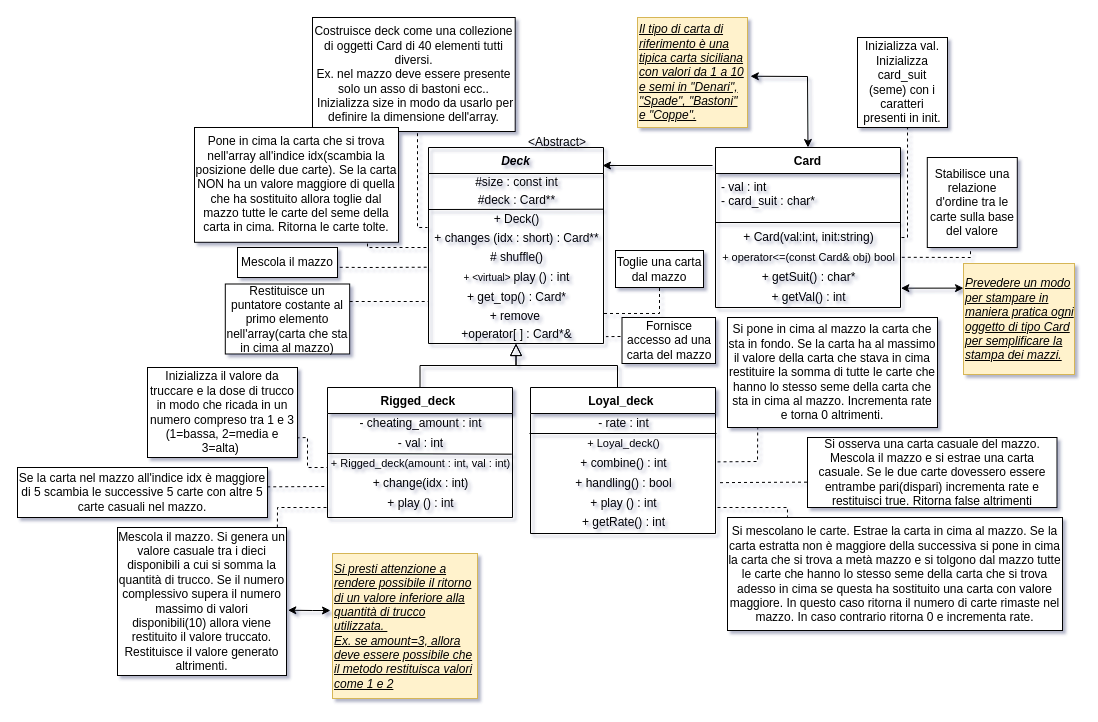
Above: Lab.-ProgI-AA-2022/Deck/DiagrammaDeck.drawio in nameisalfio/ProgI (draw.io), before the change. Source tidied: cells renumbered, new cells numbered last; positions are measured from the earlier drawing's top-left corner, leaving out a move shared by most shapes. Both pictures are drawn from the tidied source at 100%, with x=0, y=0 at pixel (17, 17).
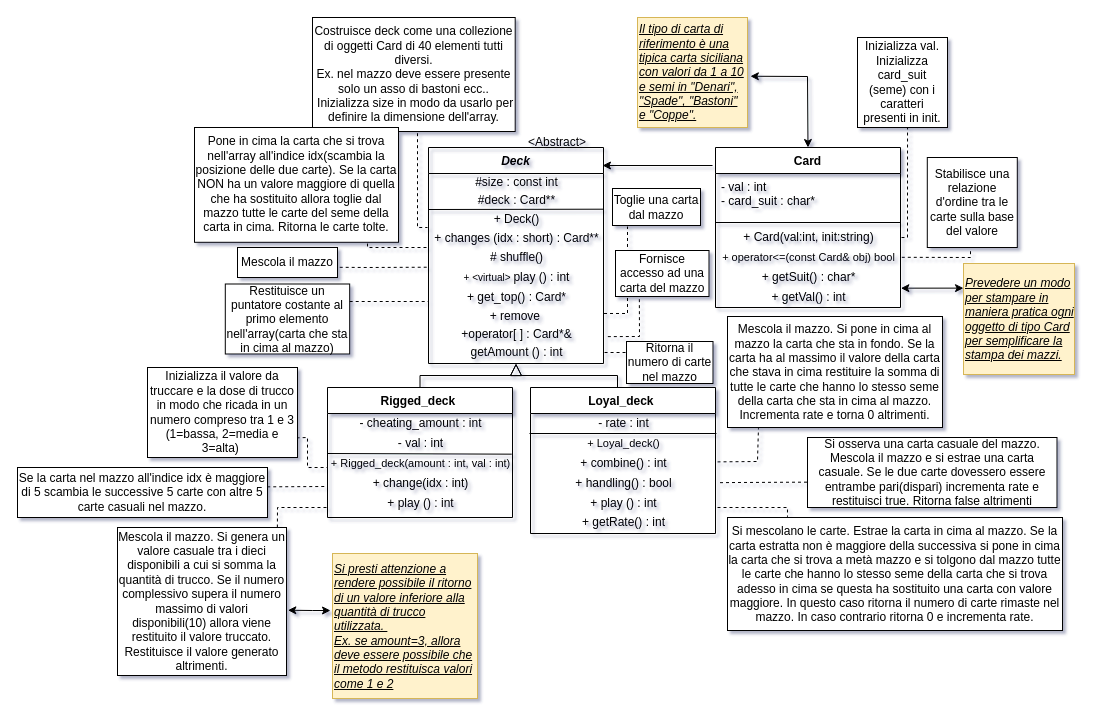
The same diagram, later.

The change refers to these unchanged cells:
```xml
<mxCell id="11" value="+ remove&amp;nbsp;" style="text;html=1;align=center;verticalAlign=middle;points=[];fillColor=none;rounded=0;" parent="2" vertex="1">
  <mxGeometry y="160" width="175" height="18" as="geometry" />
</mxCell>
<mxCell id="12" value="+operator[ ] : Card*&amp;amp;" style="text;html=1;align=center;verticalAlign=middle;points=[];fillColor=none;rounded=0;" parent="2" vertex="1">
  <mxGeometry y="178" width="175" height="18" as="geometry" />
</mxCell>
```

Change to the diagram source:
```diff
@@
     <mxCell id="2" value="Deck" style="swimlane;fontStyle=3;align=center;verticalAlign=top;horizontal=1;startSize=26;rounded=0;shadow=0;strokeWidth=1;fillColor=none;" parent="1" vertex="1">
-      <mxGeometry x="411" y="130" width="175" height="196" as="geometry" />
+      <mxGeometry x="411" y="130" width="175" height="216" as="geometry" />
     </mxCell>
@@
+    <mxCell id="74" value="getAmount () : int" style="text;html=1;align=center;verticalAlign=middle;points=[];fillColor=none;rounded=0;" parent="2" vertex="1">
+      <mxGeometry y="196" width="175" height="18" as="geometry" />
+    </mxCell>
@@
-    <mxCell id="62" value="Si pone in cima al mazzo la carta che sta in fondo. Se la carta ha al massimo il valore della carta che stava in cima restituire la somma di tutte le carte che hanno lo stesso seme della carta che sta in cima al mazzo. Incrementa rate e torna&amp;nbsp;0 altrimenti." style="rounded=0;whiteSpace=wrap;html=1;" parent="1" vertex="1">
-      <mxGeometry x="710" y="300" width="210" height="110" as="geometry" />
+    <mxCell id="62" value="Mescola il mazzo. Si pone in cima al mazzo la carta che sta in fondo. Se la carta ha al massimo il valore della carta che stava in cima restituire la somma di tutte le carte che hanno lo stesso seme della carta che sta in cima al mazzo. Incrementa rate e torna&amp;nbsp;0 altrimenti." style="rounded=0;whiteSpace=wrap;html=1;" parent="1" vertex="1">
+      <mxGeometry x="710" y="299" width="215" height="111" as="geometry" />
     </mxCell>
@@
     <mxCell id="70" value="Toglie una carta dal mazzo" style="rounded=0;whiteSpace=wrap;html=1;" parent="1" vertex="1">
-      <mxGeometry x="598" y="233" width="88" height="37" as="geometry" />
+      <mxGeometry x="595" y="171" width="88" height="37" as="geometry" />
     </mxCell>
-    <mxCell id="71" style="endArrow=none;dashed=1;html=1;rounded=0;exitX=1.003;exitY=0.333;exitDx=0;exitDy=0;exitPerimeter=0;entryX=0.5;entryY=1;entryDx=0;entryDy=0;" parent="1" edge="1" source="11" target="70">
+    <mxCell id="71" style="endArrow=none;dashed=1;html=1;rounded=0;exitX=1.003;exitY=0.333;exitDx=0;exitDy=0;exitPerimeter=0;" parent="1" edge="1" source="11">
       <mxGeometry relative="1" as="geometry">
+        <mxPoint x="610" y="209" as="targetPoint" />
         <Array as="points">
-          <mxPoint x="642" y="296" />
+          <mxPoint x="610" y="296" />
         </Array>
       </mxGeometry>
     </mxCell>
     <mxCell id="72" value="Fornisce accesso ad una carta del mazzo" style="rounded=0;whiteSpace=wrap;html=1;" parent="1" vertex="1">
-      <mxGeometry x="604.5" y="300" width="93.5" height="46" as="geometry" />
+      <mxGeometry x="598" y="233" width="93.5" height="46" as="geometry" />
     </mxCell>
-    <mxCell id="73" style="endArrow=none;dashed=1;html=1;rounded=0;entryX=1.014;entryY=0.619;entryDx=0;entryDy=0;entryPerimeter=0;" parent="1" edge="1" target="12">
+    <mxCell id="73" style="endArrow=none;dashed=1;html=1;rounded=0;entryX=1.014;entryY=0.619;entryDx=0;entryDy=0;entryPerimeter=0;exitX=0.255;exitY=1.058;exitDx=0;exitDy=0;exitPerimeter=0;" parent="1" edge="1" source="72" target="12">
       <mxGeometry relative="1" as="geometry">
-        <mxPoint x="603" y="319" as="sourcePoint" />
+        <Array as="points">
+          <mxPoint x="622" y="319" />
+        </Array>
       </mxGeometry>
     </mxCell>
+    <mxCell id="75" value="Ritorna il numero di carte nel mazzo" style="rounded=0;whiteSpace=wrap;html=1;" parent="1" vertex="1">
+      <mxGeometry x="609" y="324" width="86.5" height="42" as="geometry" />
+    </mxCell>
+    <mxCell id="76" style="endArrow=none;dashed=1;html=1;rounded=0;exitX=1.006;exitY=0.5;exitDx=0;exitDy=0;exitPerimeter=0;" parent="1" edge="1" source="74">
+      <mxGeometry relative="1" as="geometry">
+        <mxPoint x="609" y="335" as="targetPoint" />
+      </mxGeometry>
+    </mxCell>
```
